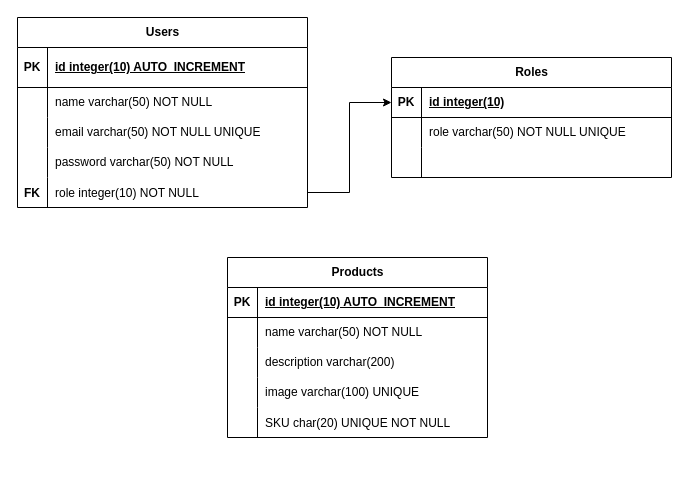
Above: DB_ER.drawio in IDOShun/Laravel (draw.io), before the change. Source tidied: cells renumbered, new cells numbered last; positions are measured from the earlier drawing's top-left corner, leaving out a move shared by most shapes. Both pictures are drawn from the tidied source at 100%, with x=0, y=0 at pixel (17, 17).
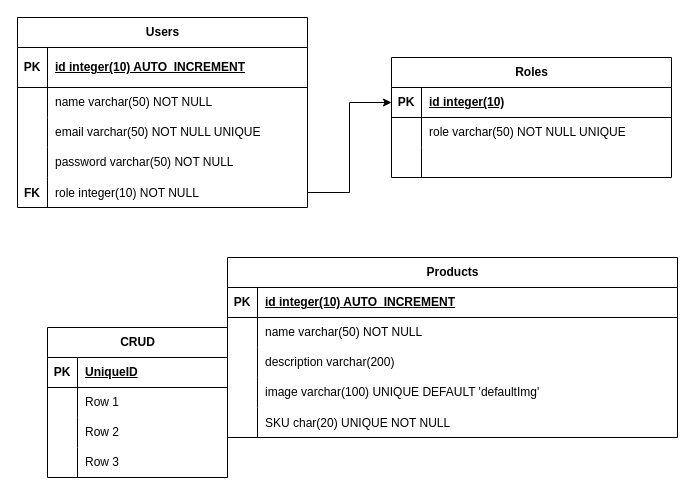
After the change.

The edit, as a diff of the source:
```diff
@@
     <mxCell id="29" value="Products" style="shape=table;startSize=30;childLayout=tableLayout;rowLines=0;fontStyle=1;align=center;html=1;" parent="1" vertex="1">
-      <mxGeometry x="210" y="240" width="260" height="180" as="geometry" />
+      <mxGeometry x="210" y="240" width="450" height="180" as="geometry" />
     </mxCell>
     <mxCell id="30" style="shape=tableRow;horizontal=0;startSize=0;swimlaneHead=0;swimlaneBody=0;fillColor=none;top=0;left=0;right=0;bottom=1;" parent="29" vertex="1">
-      <mxGeometry y="30" width="260" height="30" as="geometry" />
+      <mxGeometry y="30" width="450" height="30" as="geometry" />
     </mxCell>
@@
     <mxCell id="32" value="id integer(10) AUTO_INCREMENT" style="shape=partialRectangle;fillColor=none;top=0;left=0;bottom=0;right=0;align=left;spacingLeft=6;fontStyle=5;overflow=hidden;whiteSpace=wrap;html=1;" parent="30" vertex="1">
-      <mxGeometry x="30" width="230" height="30" as="geometry" />
+      <mxGeometry x="30" width="420" height="30" as="geometry" />
     </mxCell>
     <mxCell id="33" style="shape=tableRow;horizontal=0;startSize=0;swimlaneHead=0;swimlaneBody=0;fillColor=none;top=0;left=0;right=0;bottom=0;" parent="29" vertex="1">
-      <mxGeometry y="60" width="260" height="30" as="geometry" />
+      <mxGeometry y="60" width="450" height="30" as="geometry" />
     </mxCell>
@@
     <mxCell id="35" value="name varchar(50) NOT NULL" style="shape=partialRectangle;fillColor=none;top=0;left=0;bottom=0;right=0;align=left;spacingLeft=6;overflow=hidden;whiteSpace=wrap;html=1;" parent="33" vertex="1">
-      <mxGeometry x="30" width="230" height="30" as="geometry" />
+      <mxGeometry x="30" width="420" height="30" as="geometry" />
     </mxCell>
     <mxCell id="36" style="shape=tableRow;horizontal=0;startSize=0;swimlaneHead=0;swimlaneBody=0;fillColor=none;top=0;left=0;right=0;bottom=0;" parent="29" vertex="1">
-      <mxGeometry y="90" width="260" height="30" as="geometry" />
+      <mxGeometry y="90" width="450" height="30" as="geometry" />
     </mxCell>
@@
     <mxCell id="38" value="description varchar(200)&amp;nbsp;" style="shape=partialRectangle;fillColor=none;top=0;left=0;bottom=0;right=0;align=left;spacingLeft=6;overflow=hidden;whiteSpace=wrap;html=1;" parent="36" vertex="1">
-      <mxGeometry x="30" width="230" height="30" as="geometry" />
+      <mxGeometry x="30" width="420" height="30" as="geometry" />
     </mxCell>
     <mxCell id="39" style="shape=tableRow;horizontal=0;startSize=0;swimlaneHead=0;swimlaneBody=0;fillColor=none;top=0;left=0;right=0;bottom=0;" parent="29" vertex="1">
-      <mxGeometry y="120" width="260" height="30" as="geometry" />
+      <mxGeometry y="120" width="450" height="30" as="geometry" />
     </mxCell>
@@
-    <mxCell id="41" value="image&amp;nbsp;varchar(100) UNIQUE" style="shape=partialRectangle;fillColor=none;top=0;left=0;bottom=0;right=0;align=left;spacingLeft=6;overflow=hidden;whiteSpace=wrap;html=1;" parent="39" vertex="1">
-      <mxGeometry x="30" width="230" height="30" as="geometry" />
+    <mxCell id="41" value="image&amp;nbsp;varchar(100) UNIQUE DEFAULT 'defaultImg&lt;span style=&quot;background-color: initial;&quot;&gt;'&lt;/span&gt;" style="shape=partialRectangle;fillColor=none;top=0;left=0;bottom=0;right=0;align=left;spacingLeft=6;overflow=hidden;whiteSpace=wrap;html=1;" parent="39" vertex="1">
+      <mxGeometry x="30" width="420" height="30" as="geometry" />
     </mxCell>
     <mxCell id="42" style="shape=tableRow;horizontal=0;startSize=0;swimlaneHead=0;swimlaneBody=0;fillColor=none;top=0;left=0;right=0;bottom=0;" parent="29" vertex="1">
-      <mxGeometry y="150" width="260" height="30" as="geometry" />
+      <mxGeometry y="150" width="450" height="30" as="geometry" />
     </mxCell>
@@
     <mxCell id="44" value="SKU char(20) UNIQUE NOT NULL" style="shape=partialRectangle;fillColor=none;top=0;left=0;bottom=0;right=0;align=left;spacingLeft=6;overflow=hidden;" parent="42" vertex="1">
-      <mxGeometry x="30" width="230" height="30" as="geometry" />
+      <mxGeometry x="30" width="420" height="30" as="geometry" />
     </mxCell>
+    <mxCell id="45" value="CRUD" style="shape=table;startSize=30;childLayout=tableLayout;rowLines=0;fontStyle=1;align=center;html=1;" parent="1" vertex="1">
+      <mxGeometry x="30" y="310" width="180" height="150" as="geometry" />
+    </mxCell>
+    <mxCell id="46" style="shape=tableRow;horizontal=0;startSize=0;swimlaneHead=0;swimlaneBody=0;fillColor=none;top=0;left=0;right=0;bottom=1;" parent="45" vertex="1">
+      <mxGeometry y="30" width="180" height="30" as="geometry" />
+    </mxCell>
+    <mxCell id="47" value="PK" style="shape=partialRectangle;fillColor=none;top=0;left=0;bottom=0;right=0;fontStyle=1;overflow=hidden;whiteSpace=wrap;html=1;" parent="46" vertex="1">
+      <mxGeometry width="30" height="30" as="geometry" />
+    </mxCell>
+    <mxCell id="48" value="UniqueID" style="shape=partialRectangle;fillColor=none;top=0;left=0;bottom=0;right=0;align=left;spacingLeft=6;fontStyle=5;overflow=hidden;whiteSpace=wrap;html=1;" parent="46" vertex="1">
+      <mxGeometry x="30" width="150" height="30" as="geometry" />
+    </mxCell>
+    <mxCell id="49" style="shape=tableRow;horizontal=0;startSize=0;swimlaneHead=0;swimlaneBody=0;fillColor=none;top=0;left=0;right=0;bottom=0;" parent="45" vertex="1">
+      <mxGeometry y="60" width="180" height="30" as="geometry" />
+    </mxCell>
+    <mxCell id="50" style="shape=partialRectangle;fillColor=none;top=0;left=0;bottom=0;right=0;overflow=hidden;whiteSpace=wrap;html=1;" parent="49" vertex="1">
+      <mxGeometry width="30" height="30" as="geometry" />
+    </mxCell>
+    <mxCell id="51" value="Row 1" style="shape=partialRectangle;fillColor=none;top=0;left=0;bottom=0;right=0;align=left;spacingLeft=6;overflow=hidden;whiteSpace=wrap;html=1;" parent="49" vertex="1">
+      <mxGeometry x="30" width="150" height="30" as="geometry" />
+    </mxCell>
+    <mxCell id="52" style="shape=tableRow;horizontal=0;startSize=0;swimlaneHead=0;swimlaneBody=0;fillColor=none;top=0;left=0;right=0;bottom=0;" parent="45" vertex="1">
+      <mxGeometry y="90" width="180" height="30" as="geometry" />
+    </mxCell>
+    <mxCell id="53" style="shape=partialRectangle;fillColor=none;top=0;left=0;bottom=0;right=0;overflow=hidden;whiteSpace=wrap;html=1;" parent="52" vertex="1">
+      <mxGeometry width="30" height="30" as="geometry" />
+    </mxCell>
+    <mxCell id="54" value="Row 2" style="shape=partialRectangle;fillColor=none;top=0;left=0;bottom=0;right=0;align=left;spacingLeft=6;overflow=hidden;whiteSpace=wrap;html=1;" parent="52" vertex="1">
+      <mxGeometry x="30" width="150" height="30" as="geometry" />
+    </mxCell>
+    <mxCell id="55" style="shape=tableRow;horizontal=0;startSize=0;swimlaneHead=0;swimlaneBody=0;fillColor=none;top=0;left=0;right=0;bottom=0;" parent="45" vertex="1">
+      <mxGeometry y="120" width="180" height="30" as="geometry" />
+    </mxCell>
+    <mxCell id="56" style="shape=partialRectangle;fillColor=none;top=0;left=0;bottom=0;right=0;overflow=hidden;whiteSpace=wrap;html=1;" parent="55" vertex="1">
+      <mxGeometry width="30" height="30" as="geometry" />
+    </mxCell>
+    <mxCell id="57" value="Row 3" style="shape=partialRectangle;fillColor=none;top=0;left=0;bottom=0;right=0;align=left;spacingLeft=6;overflow=hidden;whiteSpace=wrap;html=1;" parent="55" vertex="1">
+      <mxGeometry x="30" width="150" height="30" as="geometry" />
+    </mxCell>
```
